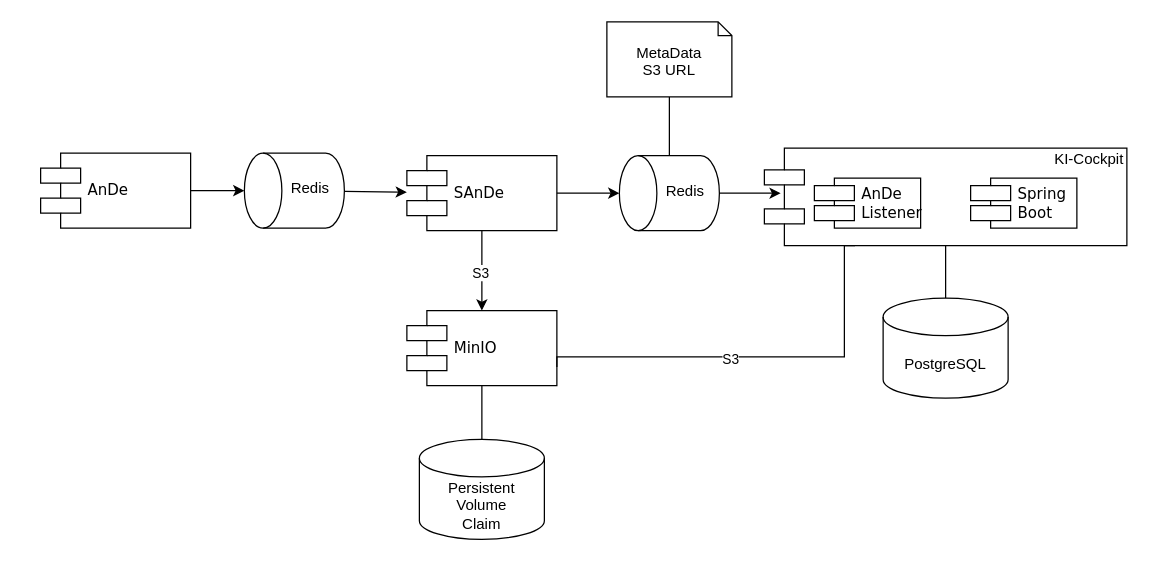
The draw.io diagram page "draft" (1 of 4) of docs/imgs/AnDe-Integration.drawio in starwit/ai-cockpit, before the edit. Source tidied: cells renumbered, new cells numbered last; positions are measured from the earlier drawing's top-left corner, leaving out a move shared by most shapes. Both pictures are drawn from the tidied source at 125%, with x=0, y=0 at pixel (40, 21).
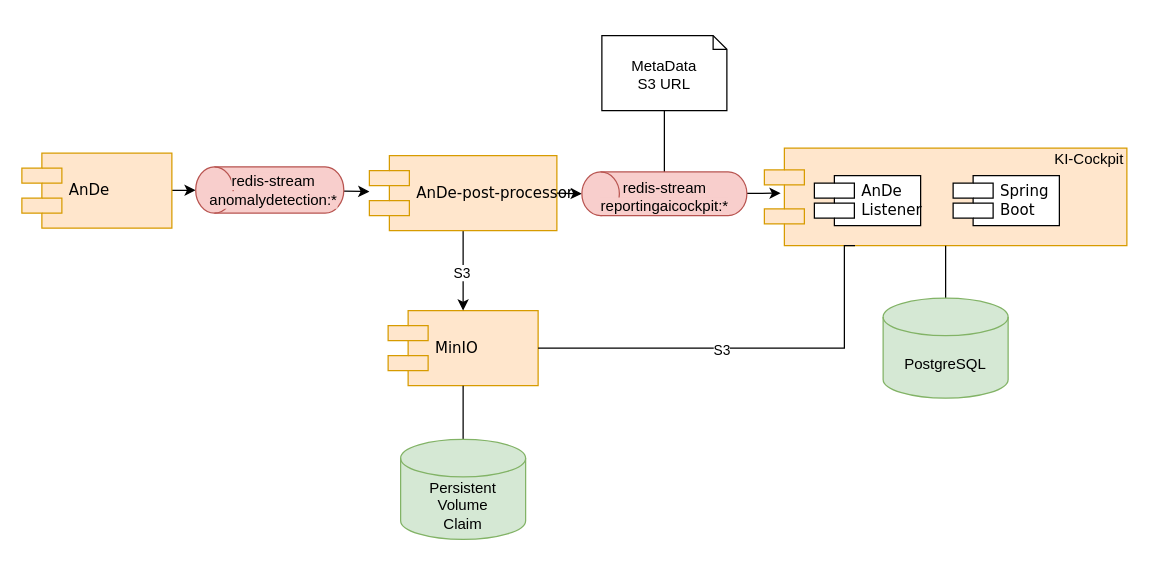
The same diagram, later.

The edit, as a diff of the source:
```diff
@@
-    <mxCell id="2" style="shape=component;align=left;spacingLeft=36;rounded=0;shadow=0;comic=0;labelBackgroundColor=none;strokeWidth=1;fontFamily=Verdana;fontSize=12;html=1;" parent="1" vertex="1">
+    <mxCell id="2" style="shape=component;align=left;spacingLeft=36;rounded=0;shadow=0;comic=0;labelBackgroundColor=none;strokeWidth=1;fontFamily=Verdana;fontSize=12;html=1;fillColor=#ffe6cc;strokeColor=#d79b00;" parent="1" vertex="1">
       <mxGeometry x="579" y="101" width="290" height="78" as="geometry" />
     </mxCell>
-    <mxCell id="3" value="MinIO" style="shape=component;align=left;spacingLeft=36;rounded=0;shadow=0;comic=0;labelBackgroundColor=none;strokeWidth=1;fontFamily=Verdana;fontSize=12;html=1;" parent="1" vertex="1">
-      <mxGeometry x="293" y="231" width="120" height="60" as="geometry" />
+    <mxCell id="3" value="MinIO" style="shape=component;align=left;spacingLeft=36;rounded=0;shadow=0;comic=0;labelBackgroundColor=none;strokeWidth=1;fontFamily=Verdana;fontSize=12;html=1;fillColor=#ffe6cc;strokeColor=#d79b00;" parent="1" vertex="1">
+      <mxGeometry x="278" y="231" width="120" height="60" as="geometry" />
     </mxCell>
@@
-    <mxCell id="7" value="AnDe" style="shape=component;align=left;spacingLeft=36;rounded=0;shadow=0;comic=0;labelBackgroundColor=none;strokeWidth=1;fontFamily=Verdana;fontSize=12;html=1;" parent="1" vertex="1">
-      <mxGeometry y="105" width="120" height="60" as="geometry" />
+    <mxCell id="7" value="AnDe" style="shape=component;align=left;spacingLeft=36;rounded=0;shadow=0;comic=0;labelBackgroundColor=none;strokeWidth=1;fontFamily=Verdana;fontSize=12;html=1;fillColor=#ffe6cc;strokeColor=#d79b00;" parent="1" vertex="1">
+      <mxGeometry x="-15" y="105" width="120" height="60" as="geometry" />
     </mxCell>
-    <mxCell id="8" value="SAnDe" style="shape=component;align=left;spacingLeft=36;rounded=0;shadow=0;comic=0;labelBackgroundColor=none;strokeWidth=1;fontFamily=Verdana;fontSize=12;html=1;" parent="1" vertex="1">
-      <mxGeometry x="293" y="107" width="120" height="60" as="geometry" />
+    <mxCell id="8" value="AnDe-post-processor" style="shape=component;align=left;spacingLeft=36;rounded=0;shadow=0;comic=0;labelBackgroundColor=none;strokeWidth=1;fontFamily=Verdana;fontSize=12;html=1;fillColor=#ffe6cc;strokeColor=#d79b00;" parent="1" vertex="1">
+      <mxGeometry x="263" y="107" width="150" height="60" as="geometry" />
     </mxCell>
@@
-    <mxCell id="11" value="Redis" style="shape=cylinder3;whiteSpace=wrap;html=1;boundedLbl=1;backgroundOutline=1;size=15;rotation=270;textDirection=vertical-lr;" parent="1" vertex="1">
-      <mxGeometry x="173" y="95" width="60" height="80" as="geometry" />
+    <mxCell id="11" style="shape=cylinder3;whiteSpace=wrap;html=1;boundedLbl=1;backgroundOutline=1;size=15;rotation=270;textDirection=vertical-lr;fillColor=#f8cecc;strokeColor=#b85450;" parent="1" vertex="1">
+      <mxGeometry x="164.8" y="75.2" width="37" height="118.5" as="geometry" />
     </mxCell>
     <mxCell id="12" value="AnDe&lt;br&gt;Listener" style="shape=component;align=left;spacingLeft=36;rounded=0;shadow=0;comic=0;labelBackgroundColor=none;strokeWidth=1;fontFamily=Verdana;fontSize=12;html=1;" parent="1" vertex="1">
-      <mxGeometry x="619" y="125" width="85" height="40" as="geometry" />
+      <mxGeometry x="619" y="123" width="85" height="40" as="geometry" />
     </mxCell>
@@
-    <mxCell id="14" value="PostgreSQL" style="shape=cylinder3;whiteSpace=wrap;html=1;boundedLbl=1;backgroundOutline=1;size=15;" parent="1" vertex="1">
+    <mxCell id="14" value="PostgreSQL" style="shape=cylinder3;whiteSpace=wrap;html=1;boundedLbl=1;backgroundOutline=1;size=15;fillColor=#d5e8d4;strokeColor=#82b366;" parent="1" vertex="1">
       <mxGeometry x="674" y="221" width="100" height="80" as="geometry" />
     </mxCell>
-    <mxCell id="15" style="endArrow=none;html=1;rounded=0;edgeStyle=orthogonalEdgeStyle;exitX=1;exitY=0.75;exitDx=0;exitDy=0;entryX=0.25;entryY=1;entryDx=0;entryDy=0;" parent="1" edge="1" source="3" target="2">
+    <mxCell id="15" style="endArrow=none;html=1;rounded=0;edgeStyle=orthogonalEdgeStyle;exitX=1;exitY=0.5;exitDx=0;exitDy=0;entryX=0.25;entryY=1;entryDx=0;entryDy=0;" parent="1" edge="1" source="3" target="2">
       <mxGeometry relative="1" as="geometry">
         <Array as="points">
-          <mxPoint x="413" y="268" />
-          <mxPoint x="643" y="268" />
+          <mxPoint x="643" y="261" />
           <mxPoint x="643" y="179" />
         </Array>
       </mxGeometry>
     </mxCell>
@@
-    <mxCell id="18" value="Persistent&lt;br&gt;Volume&lt;br&gt;Claim" style="shape=cylinder3;whiteSpace=wrap;html=1;boundedLbl=1;backgroundOutline=1;size=15;" parent="1" vertex="1">
-      <mxGeometry x="303" y="334" width="100" height="80" as="geometry" />
+    <mxCell id="18" value="Persistent&lt;br&gt;Volume&lt;br&gt;Claim" style="shape=cylinder3;whiteSpace=wrap;html=1;boundedLbl=1;backgroundOutline=1;size=15;fillColor=#d5e8d4;strokeColor=#82b366;" parent="1" vertex="1">
+      <mxGeometry x="288" y="334" width="100" height="80" as="geometry" />
     </mxCell>
     <mxCell id="19" value="&lt;div style=&quot;text-align: left;&quot;&gt;&lt;span style=&quot;background-color: initial;&quot;&gt;MetaData&lt;/span&gt;&lt;/div&gt;S3 URL" style="shape=note2;boundedLbl=1;whiteSpace=wrap;html=1;size=11;verticalAlign=top;align=center;" parent="1" vertex="1">
-      <mxGeometry x="453" width="100" height="60" as="geometry" />
+      <mxGeometry x="449" y="11" width="100" height="60" as="geometry" />
     </mxCell>
     <mxCell id="20" value="Spring&lt;br&gt;Boot" style="shape=component;align=left;spacingLeft=36;rounded=0;shadow=0;comic=0;labelBackgroundColor=none;strokeWidth=1;fontFamily=Verdana;fontSize=12;html=1;" parent="1" vertex="1">
-      <mxGeometry x="744" y="125" width="85" height="40" as="geometry" />
+      <mxGeometry x="730" y="123" width="85" height="40" as="geometry" />
     </mxCell>
@@
-    <mxCell id="24" value="Redis" style="shape=cylinder3;whiteSpace=wrap;html=1;boundedLbl=1;backgroundOutline=1;size=15;rotation=270;textDirection=vertical-lr;" parent="1" vertex="1">
-      <mxGeometry x="473" y="97" width="60" height="80" as="geometry" />
+    <mxCell id="24" style="shape=cylinder3;whiteSpace=wrap;html=1;boundedLbl=1;backgroundOutline=1;size=15;rotation=270;textDirection=vertical-lr;fillColor=#f8cecc;strokeColor=#b85450;" parent="1" vertex="1">
+      <mxGeometry x="481.5" y="71.5" width="35" height="132" as="geometry" />
     </mxCell>
+    <mxCell id="25" value="&lt;span style=&quot;background-color: rgb(248, 206, 204);&quot;&gt;redis-stream&lt;br&gt;anomalydetection:*&lt;/span&gt;" style="text;html=1;strokeColor=none;fillColor=none;align=center;verticalAlign=middle;whiteSpace=wrap;rounded=0;" parent="1" vertex="1">
+      <mxGeometry x="148.5" y="125" width="75" height="20" as="geometry" />
+    </mxCell>
+    <mxCell id="26" value="&lt;span style=&quot;background-color: rgb(248, 206, 204);&quot;&gt;redis-stream&lt;br&gt;reportingaicockpit:*&lt;/span&gt;" style="text;html=1;strokeColor=none;fillColor=none;align=center;verticalAlign=middle;whiteSpace=wrap;rounded=0;" parent="1" vertex="1">
+      <mxGeometry x="461.5" y="130" width="75" height="20" as="geometry" />
+    </mxCell>
```
